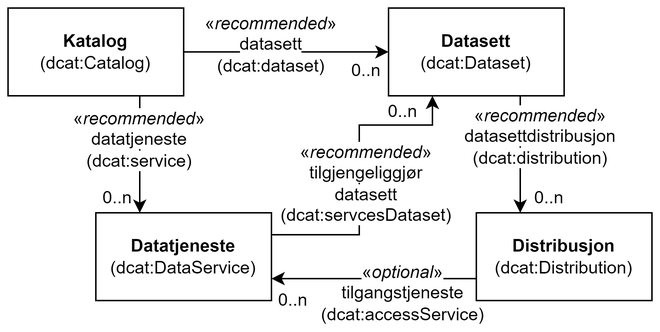
Informasjonsforvaltning/dcat-ap-no keeps this draw.io diagram as docs/images/DCAT-AP-NO-forenklet-modell.png. Above is the earlier version. Source tidied: cells renumbered, new cells last; positions are measured from the earlier drawing's top-left corner, leaving out a move shared by most shapes.
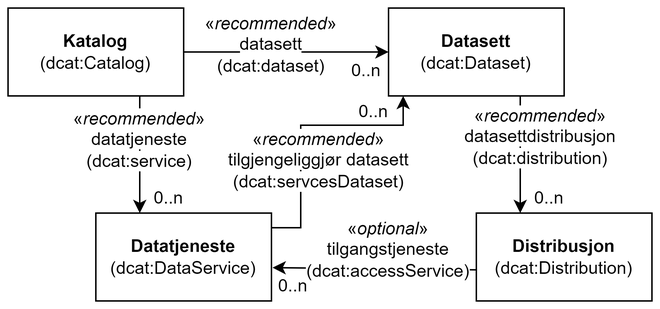
The same diagram one commit later.

Commit message:
Ta med prosatekst og minste krav, i Forenklet modell

The edit, as a diff of the source:
```diff
@@ -30,28 +30,30 @@
       <mxGeometry x="355" y="120" width="30" height="20" as="geometry" />
     </mxCell>
     <mxCell id="11" value="0..n" style="text;html=1;strokeColor=none;fillColor=none;align=center;verticalAlign=middle;whiteSpace=wrap;rounded=0;" parent="1" vertex="1">
-      <mxGeometry x="255" y="56" width="30" height="30" as="geometry" />
+      <mxGeometry x="240" y="60" width="20" height="22.5" as="geometry" />
     </mxCell>
-    <mxCell id="12" style="endArrow=classic;html=1;rounded=0;exitX=1;exitY=0.25;exitDx=0;exitDy=0;entryX=0.25;entryY=1;entryDx=0;entryDy=0;" parent="1" edge="1" source="7" target="3">
+    <mxCell id="12" style="endArrow=classic;html=1;rounded=0;" parent="1" edge="1">
       <mxGeometry relative="1" as="geometry">
+        <mxPoint x="180" y="150" as="sourcePoint" />
+        <mxPoint x="270" y="60" as="targetPoint" />
         <Array as="points">
-          <mxPoint x="240" y="155" />
-          <mxPoint x="240" y="80" />
-          <mxPoint x="290" y="80" />
+          <mxPoint x="200" y="150" />
+          <mxPoint x="200" y="80" />
+          <mxPoint x="270" y="80" />
         </Array>
       </mxGeometry>
     </mxCell>
     <mxCell id="13" value="&lt;span style=&quot;background-color: rgb(255, 255, 255);&quot;&gt;«&lt;i&gt;recommended&lt;/i&gt;»&lt;br&gt;tilgjengeliggjør datasett&lt;br&gt;(dcat:servcesDataset)&lt;/span&gt;" style="text;html=1;strokeColor=none;fillColor=none;align=center;verticalAlign=middle;whiteSpace=wrap;rounded=0;" parent="1" vertex="1">
-      <mxGeometry x="215" y="102.5" width="60" height="35" as="geometry" />
+      <mxGeometry x="140" y="86" width="145" height="35" as="geometry" />
     </mxCell>
-    <mxCell id="14" style="endArrow=classic;html=1;rounded=0;exitX=0;exitY=0.75;exitDx=0;exitDy=0;entryX=1;entryY=0.75;entryDx=0;entryDy=0;" parent="1" edge="1" source="8" target="7">
+    <mxCell id="14" style="endArrow=classic;html=1;rounded=0;entryX=1.006;entryY=0.621;entryDx=0;entryDy=0;entryPerimeter=0;exitX=-0.002;exitY=0.646;exitDx=0;exitDy=0;exitPerimeter=0;" parent="1" edge="1" source="8" target="7">
       <mxGeometry relative="1" as="geometry" />
     </mxCell>
     <mxCell id="15" value="&lt;span style=&quot;background-color: rgb(255, 255, 255);&quot;&gt;«&lt;i&gt;optional&lt;/i&gt;»&lt;br&gt;tilgangstjeneste&lt;br&gt;(dcat:accessService)&lt;/span&gt;" style="text;html=1;strokeColor=none;fillColor=none;align=center;verticalAlign=middle;whiteSpace=wrap;rounded=0;" parent="1" vertex="1">
-      <mxGeometry x="240" y="180" width="60" height="30" as="geometry" />
+      <mxGeometry x="230" y="150" width="60" height="30" as="geometry" />
     </mxCell>
     <mxCell id="16" value="0..n" style="text;html=1;strokeColor=none;fillColor=none;align=center;verticalAlign=middle;whiteSpace=wrap;rounded=0;" parent="1" vertex="1">
-      <mxGeometry x="180" y="190" width="30" height="20" as="geometry" />
+      <mxGeometry x="180" y="180" width="30" height="20" as="geometry" />
     </mxCell>
     <mxCell id="17" style="endArrow=classic;html=1;rounded=0;exitX=0.75;exitY=1;exitDx=0;exitDy=0;entryX=0.25;entryY=0;entryDx=0;entryDy=0;" parent="1" edge="1" source="2" target="7">
       <mxGeometry relative="1" as="geometry" />
@@ -60,7 +62,7 @@
       <mxGeometry x="60" y="75" width="60" height="30" as="geometry" />
     </mxCell>
     <mxCell id="19" value="0..n" style="text;html=1;strokeColor=none;fillColor=none;align=center;verticalAlign=middle;whiteSpace=wrap;rounded=0;" parent="1" vertex="1">
-      <mxGeometry x="60" y="120" width="30" height="20" as="geometry" />
+      <mxGeometry x="100" y="120" width="20" height="20" as="geometry" />
     </mxCell>
     <mxCell id="20" value="&lt;span style=&quot;background-color: rgb(255, 255, 255);&quot;&gt;«&lt;i&gt;recommended&lt;/i&gt;»&lt;br&gt;datasettdistribusjon&lt;br&gt;(dcat:distribution)&lt;/span&gt;" style="text;html=1;strokeColor=none;fillColor=none;align=center;verticalAlign=middle;whiteSpace=wrap;rounded=0;" parent="1" vertex="1">
       <mxGeometry x="334" y="72.5" width="60" height="30" as="geometry" />
```
